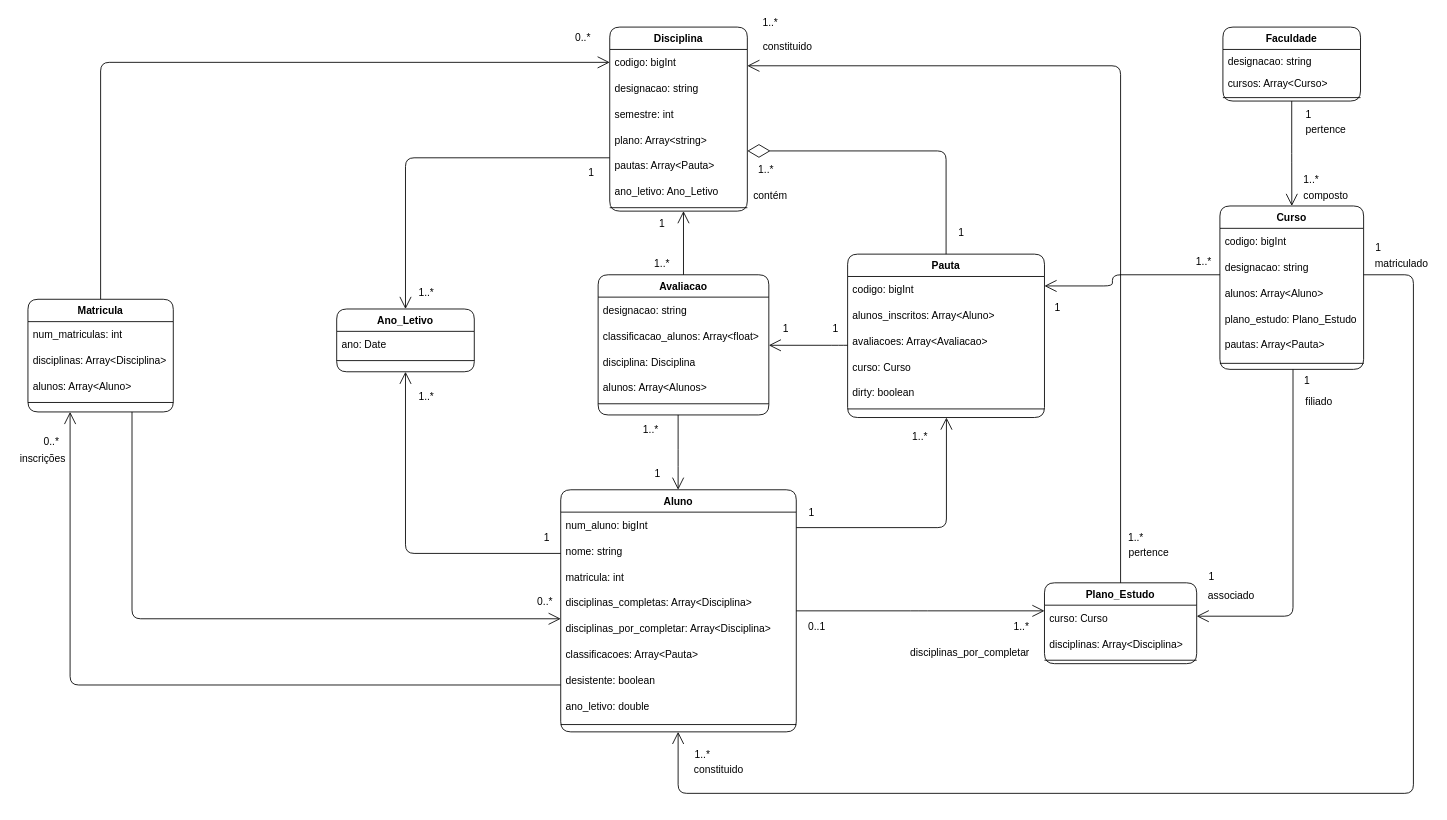
Earlier version of the draw.io diagram page "Domain" (1 of 2) of Docs/Diagrams.drawio (ruimpcastro/pweb2022). Source tidied: cells renumbered, new cells numbered last; positions are measured from the earlier drawing's top-left corner, leaving out a move shared by most shapes. Both pictures are drawn from the tidied source at 86%, with x=0, y=0 at pixel (15, 15).
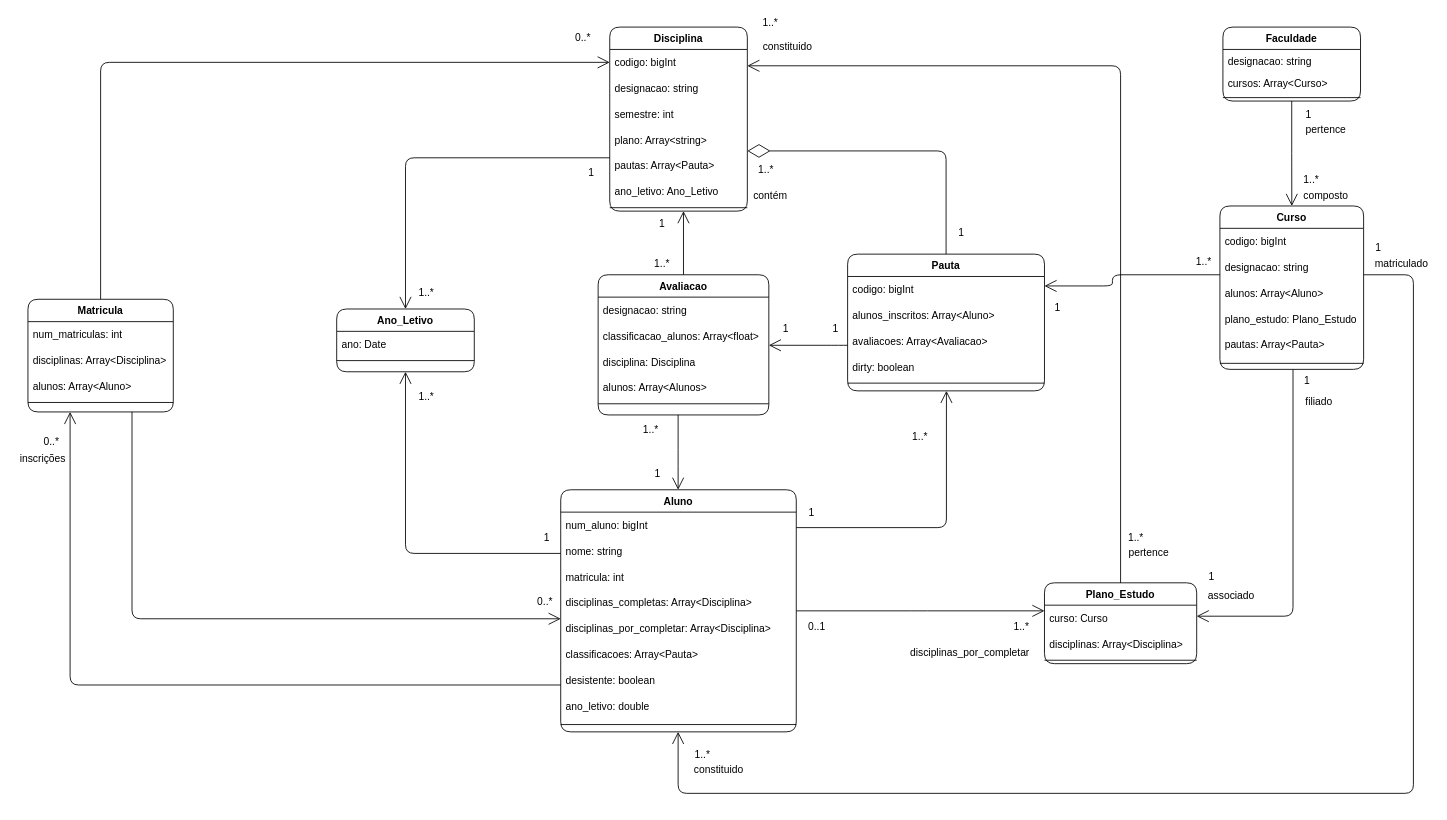
The same diagram, later.

Commit message (it also covers changes not shown here):
Corrected Diagrams. Fixed migration bugs with foreign keys

Change to the diagram source:
```diff
@@
     <mxCell id="33" value="Pauta" style="swimlane;fontStyle=1;align=center;verticalAlign=top;horizontal=1;startSize=26;shadow=0;strokeWidth=1;rounded=1;" parent="1" vertex="1">
-      <mxGeometry x="968.1" y="278" width="228.9" height="190" as="geometry" />
+      <mxGeometry x="968.1" y="278" width="228.9" height="159" as="geometry" />
     </mxCell>
@@
-    <mxCell id="37" value="curso: Curso" style="text;strokeColor=none;fillColor=none;align=left;verticalAlign=middle;spacingLeft=4;spacingRight=4;overflow=hidden;rounded=1;" parent="33" vertex="1">
-      <mxGeometry y="116" width="228.9" height="30" as="geometry" />
-    </mxCell>
     <mxCell id="38" value="dirty: boolean" style="text;strokeColor=none;fillColor=none;align=left;verticalAlign=middle;spacingLeft=4;spacingRight=4;overflow=hidden;rounded=1;" parent="33" vertex="1">
-      <mxGeometry y="146" width="228.9" height="30" as="geometry" />
+      <mxGeometry y="116" width="228.9" height="30" as="geometry" />
     </mxCell>
     <mxCell id="39" style="line;html=1;strokeWidth=1;align=left;verticalAlign=middle;spacingTop=-1;spacingLeft=3;spacingRight=3;labelPosition=right;rounded=1;" parent="33" vertex="1">
-      <mxGeometry y="176" width="228.9" height="8" as="geometry" />
+      <mxGeometry y="146" width="228.9" height="8" as="geometry" />
     </mxCell>
```
